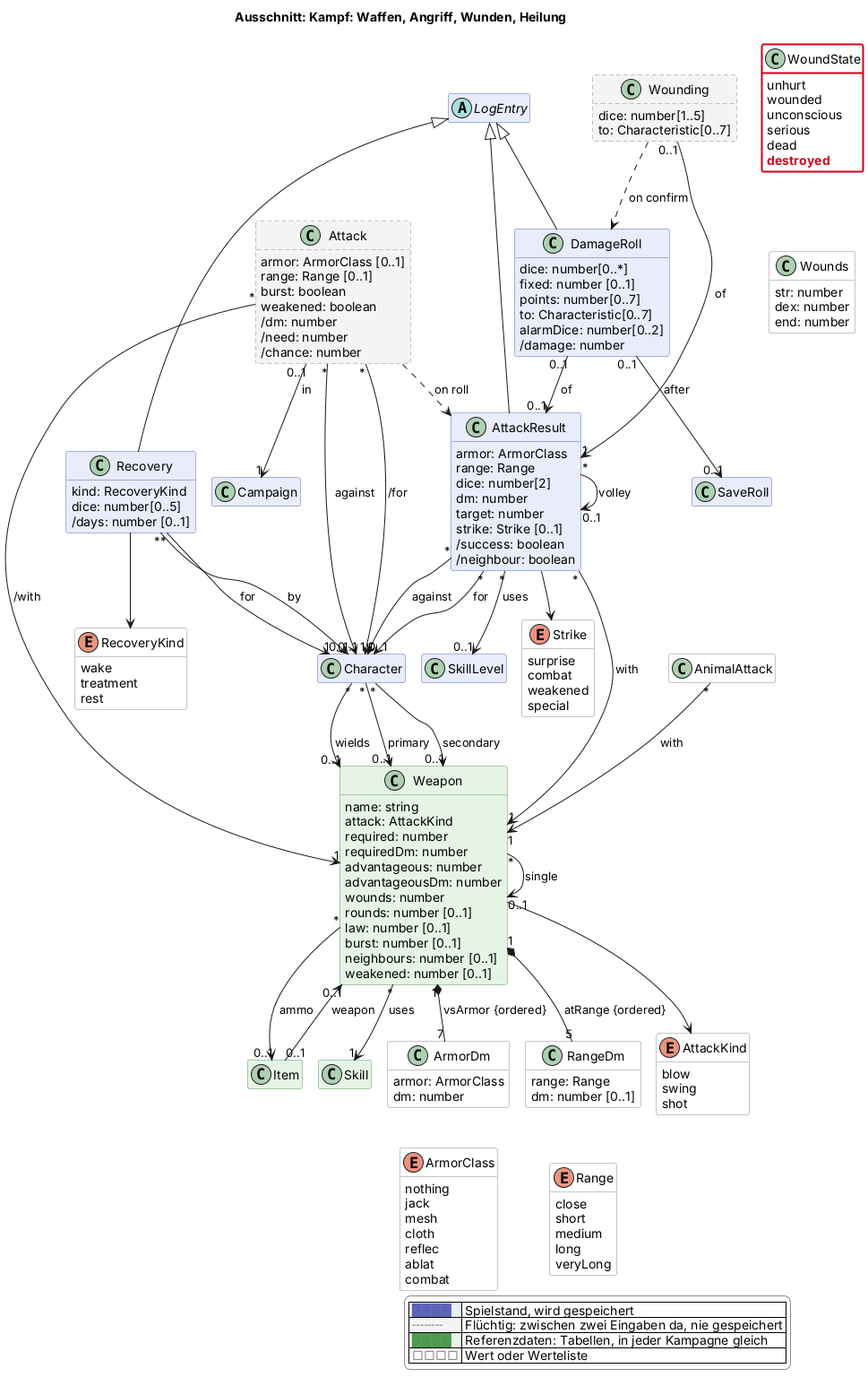
scuzzar/SRE keeps this PlantUML diagram as docs/views/kampf.png. Above is the earlier version.
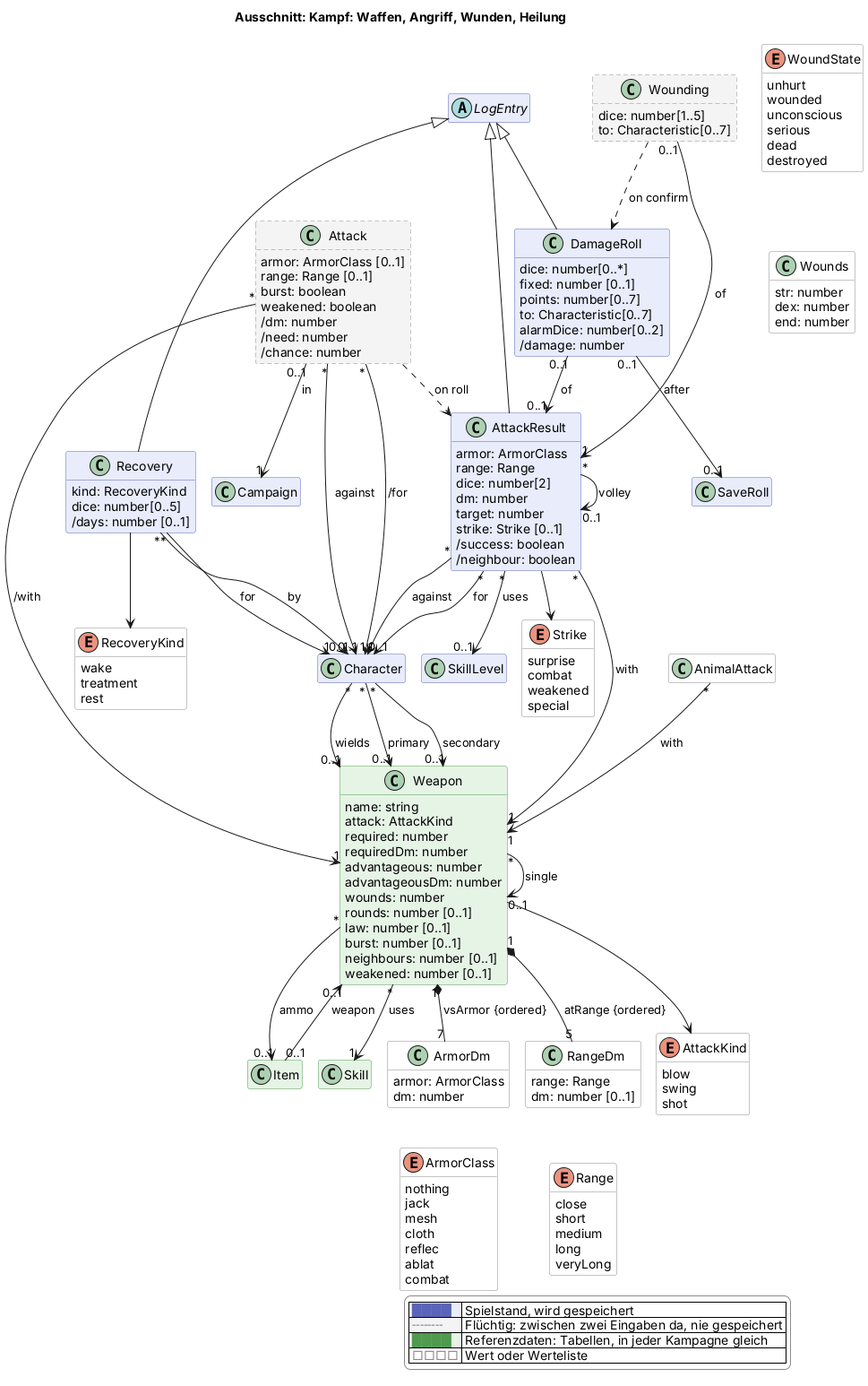
After the change.

Diff of the diagram source:
```diff
@@ -133,7 +133,7 @@
     unconscious
     serious
     dead
-    $new("2026-11-13", "destroyed")
+    destroyed
   }
   class AnimalAttack <<value>> $begegnung
 
@@ -236,5 +236,4 @@
   |<#e6f4e6> <color:#4f9a4f>████</color> | Referenzdaten: Tabellen, in jeder Kampagne gleich |
   |<#ffffff> <color:#8a8a8a>□□□□</color> | Wert oder Werteliste |
 endlegend
-class WoundState #line:d0021b;line.bold
 @enduml
```
